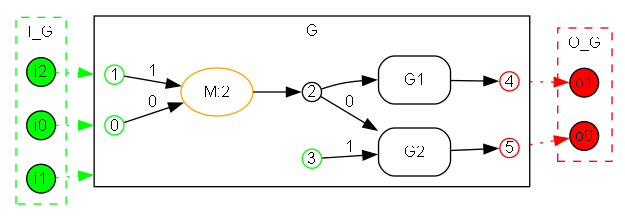
This is crates/bhyp/images/test_copy_subst_commute/path2_G_with_interface.png from ammatsui/bhypvis, a Graphviz export, as it was before one commit. Its source is kept beside it as crates/bhyp/images/test_copy_subst_commute/path2_G_with_interface.dot.
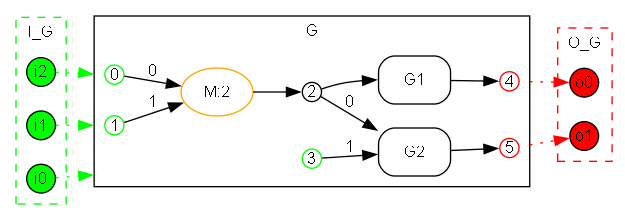
After the change.

Change to the diagram source:
```diff
@@ -10,20 +10,20 @@
     label="I_G";
     style=dashed;
     color="green";
+    i2 [label="i2", shape=circle, style=filled, fillcolor="green", width=0.3, height=0.3, fixedsize=true];
     i1 [label="i1", shape=circle, style=filled, fillcolor="green", width=0.3, height=0.3, fixedsize=true];
-    i2 [label="i2", shape=circle, style=filled, fillcolor="green", width=0.3, height=0.3, fixedsize=true];
     i0 [label="i0", shape=circle, style=filled, fillcolor="green", width=0.3, height=0.3, fixedsize=true];
   }
 
   subgraph cluster_main {
     label="G";
     style=solid;
+    n4 [label="4", shape=circle, style=filled, fillcolor=white, color="red", width=0.2, height=0.2, fixedsize=true];
+    n3 [label="3", shape=circle, style=filled, fillcolor=white, color="green", width=0.2, height=0.2, fixedsize=true];
+    n1 [label="1", shape=circle, style=filled, fillcolor=white, color="green", width=0.2, height=0.2, fixedsize=true];
+    n5 [label="5", shape=circle, style=filled, fillcolor=white, color="red", width=0.2, height=0.2, fixedsize=true];
     n2 [label="2", shape=circle, style=filled, fillcolor=white, color="black", width=0.2, height=0.2, fixedsize=true];
     n0 [label="0", shape=circle, style=filled, fillcolor=white, color="green", width=0.2, height=0.2, fixedsize=true];
-    n3 [label="3", shape=circle, style=filled, fillcolor=white, color="green", width=0.2, height=0.2, fixedsize=true];
-    n5 [label="5", shape=circle, style=filled, fillcolor=white, color="red", width=0.2, height=0.2, fixedsize=true];
-    n4 [label="4", shape=circle, style=filled, fillcolor=white, color="red", width=0.2, height=0.2, fixedsize=true];
-    n1 [label="1", shape=circle, style=filled, fillcolor=white, color="green", width=0.2, height=0.2, fixedsize=true];
     e2 [label="G1", shape=box, style=rounded, color="black"];
     e0 [label="M:2", shape=ellipse, style=rounded, color="orange"];
     e1 [label="G2", shape=box, style=rounded, color="black"];
@@ -45,9 +45,9 @@
     o0 [label="o0", shape=circle, style=filled, fillcolor="red", width=0.3, height=0.3, fixedsize=true];
   }
 
-  i2 -> n1 [style=dotted, color="green", label="", lhead=cluster_main];
-  i0 -> n0 [style=dotted, color="green", label="", lhead=cluster_main];
-  i1 -> n3 [style=dotted, color="green", label="", lhead=cluster_main];
-  n4 -> o1 [style=dotted, color="red", label="", ltail=cluster_main];
-  n5 -> o0 [style=dotted, color="red", label="", ltail=cluster_main];
+  i2 -> n0 [style=dotted, color="green", label="", lhead=cluster_main];
+  i1 -> n1 [style=dotted, color="green", label="", lhead=cluster_main];
+  i0 -> n3 [style=dotted, color="green", label="", lhead=cluster_main];
+  n5 -> o1 [style=dotted, color="red", label="", ltail=cluster_main];
+  n4 -> o0 [style=dotted, color="red", label="", ltail=cluster_main];
 }
```
